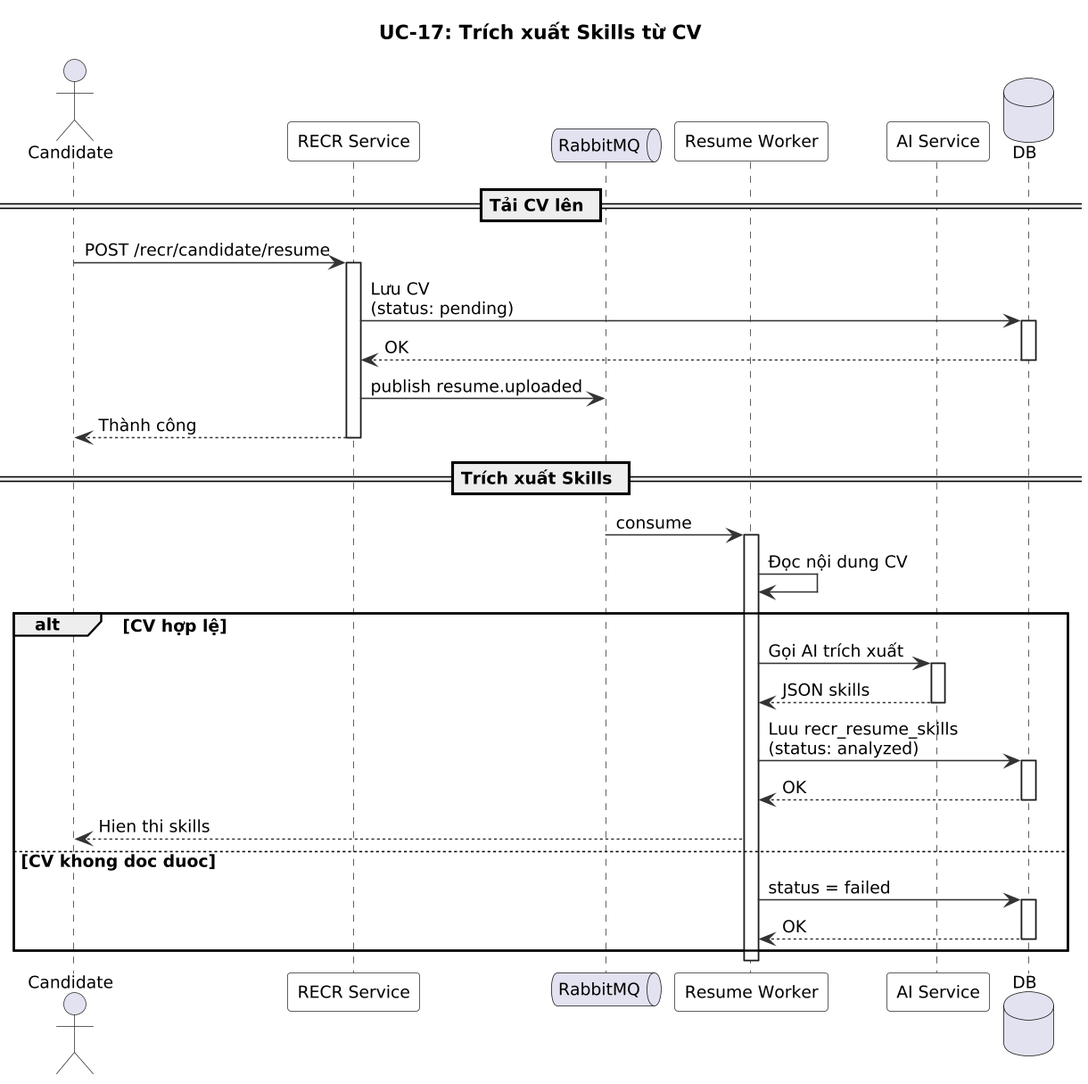
Earlier version of the PlantUML export modules/recr/images/sequence/uc17-resume-skill-extraction-sequence.png (namnh240795/document). The source it was exported from:
```plantuml
@startuml
skinparam dpi 150
skinparam defaultFontSize 12
skinparam nodesep 15
skinparam ranksep 15
skinparam sequence {
  ArrowColor #333333
  ActorBorderColor #333333
  LifeLineBorderColor #333333
  ParticipantBackgroundColor #F8F8F8
  ParticipantBorderColor #333333
}

title UC-17: Trích xuất Skills từ CV

actor "Candidate" as C
participant "RECR Service" as R
queue "RabbitMQ" as MQ
participant "Resume Worker" as W
participant "AI Service" as AI
database "DB" as DB

== Tải CV lên ==

C -> R : POST /recr/candidate/resume
activate R
R -> DB : Lưu CV\n(status: pending)
activate DB
DB --> R : OK
deactivate DB
R -> MQ : publish resume.uploaded
R --> C : Thành công
deactivate R

== Trích xuất Skills ==

MQ -> W : consume
activate W
W -> W : Đọc nội dung CV

alt CV hợp lệ
  W -> AI : Gọi AI trích xuất
  activate AI
  AI --> W : JSON skills
  deactivate AI
  W -> DB : Luu recr_resume_skills\n(status: analyzed)
  activate DB
  DB --> W : OK
  deactivate DB
  W --> C : Hien thi skills
else CV khong doc duoc
  W -> DB : status = failed
  activate DB
  DB --> W : OK
  deactivate DB
end
deactivate W

@enduml
```
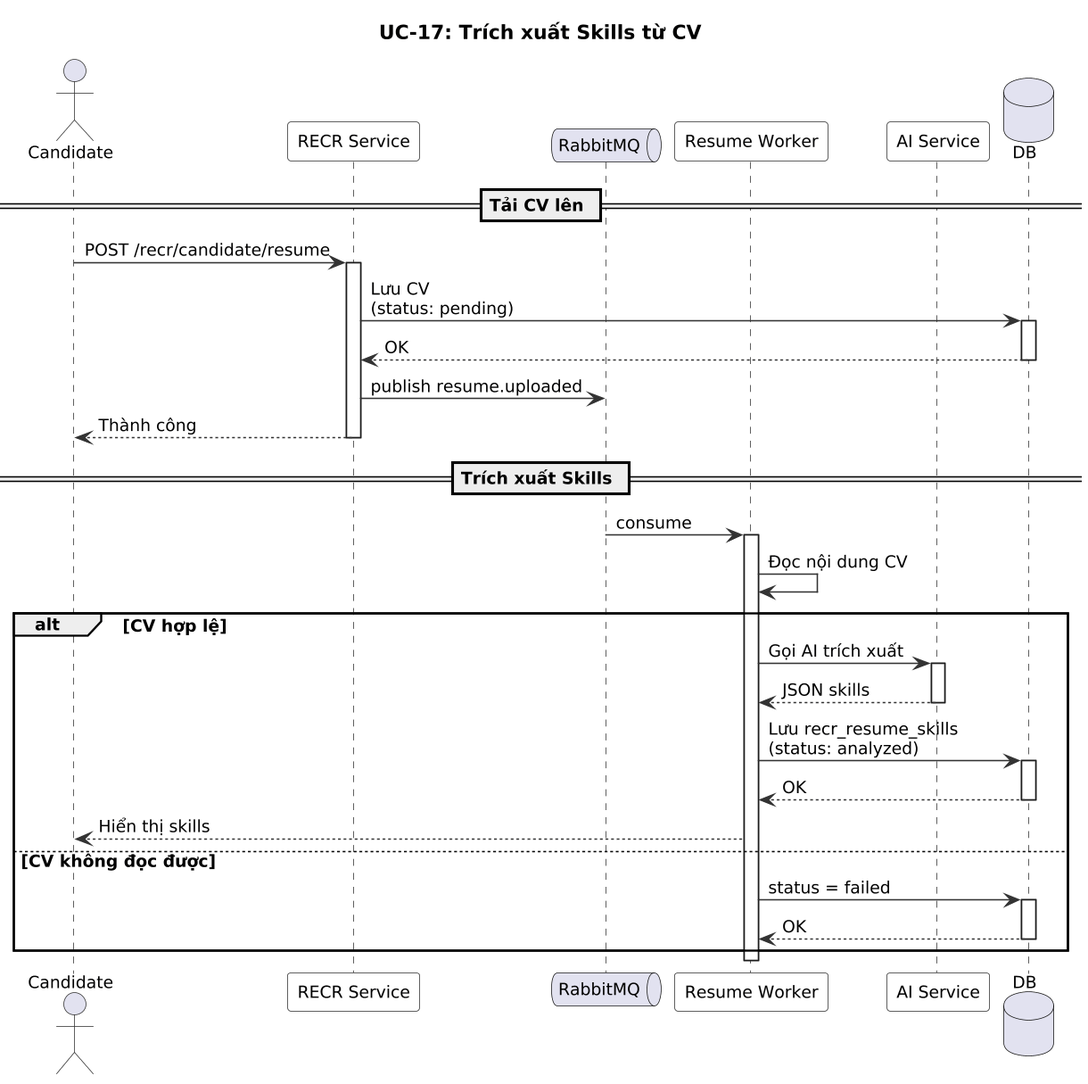
The same file after the commit.

What changed in the source:
```diff
@@ -43,12 +43,12 @@
   activate AI
   AI --> W : JSON skills
   deactivate AI
-  W -> DB : Luu recr_resume_skills\n(status: analyzed)
+  W -> DB : Lưu recr_resume_skills\n(status: analyzed)
   activate DB
   DB --> W : OK
   deactivate DB
-  W --> C : Hien thi skills
-else CV khong doc duoc
+  W --> C : Hiển thị skills
+else CV không đọc được
   W -> DB : status = failed
   activate DB
   DB --> W : OK
```
